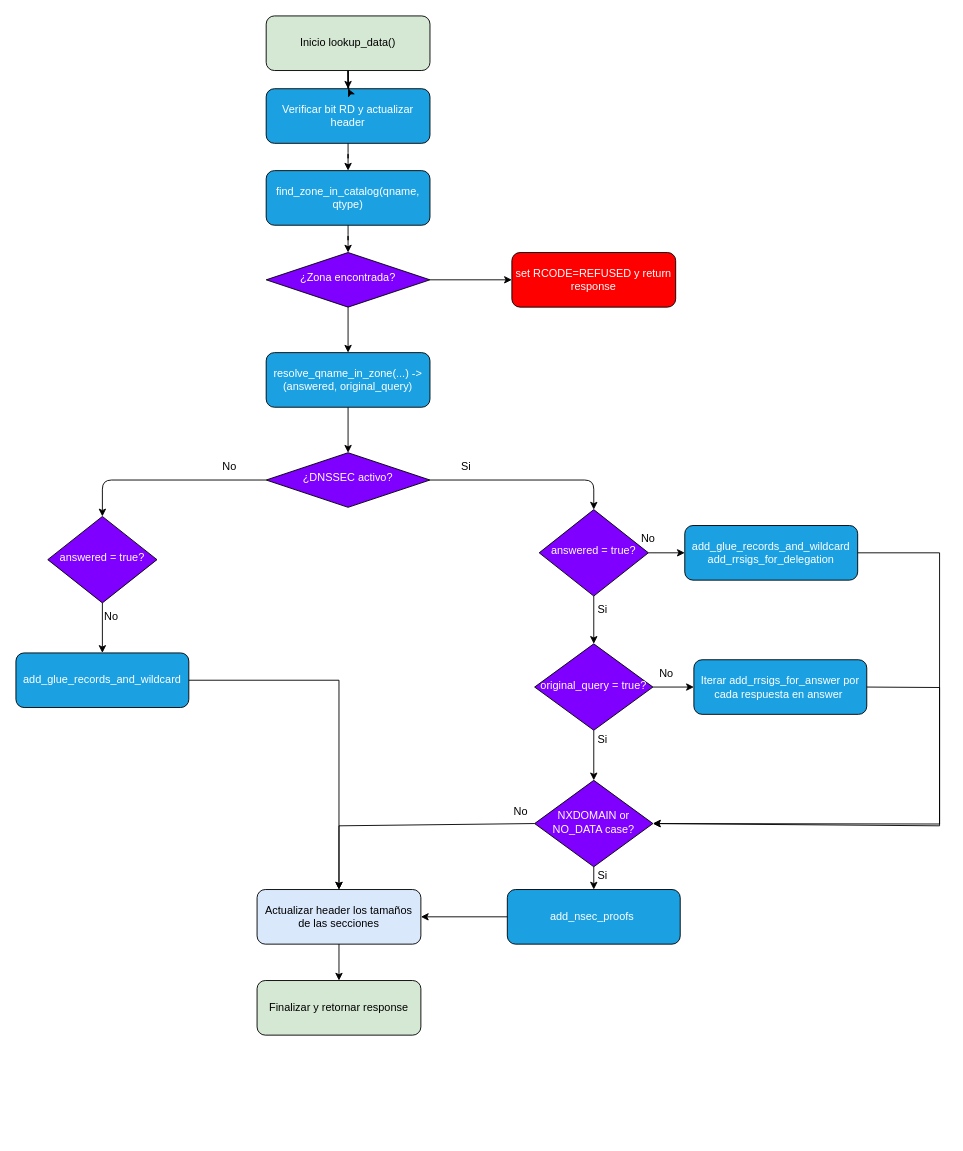
Above: drawios/lookup_data.drawio in konegoro/informe_memoria (draw.io), before the change. Source tidied: cells renumbered, new cells numbered last; positions are measured from the earlier drawing's top-left corner, leaving out a move shared by most shapes. Both pictures are drawn from the tidied source at 91%, with x=0, y=0 at pixel (15, 15).
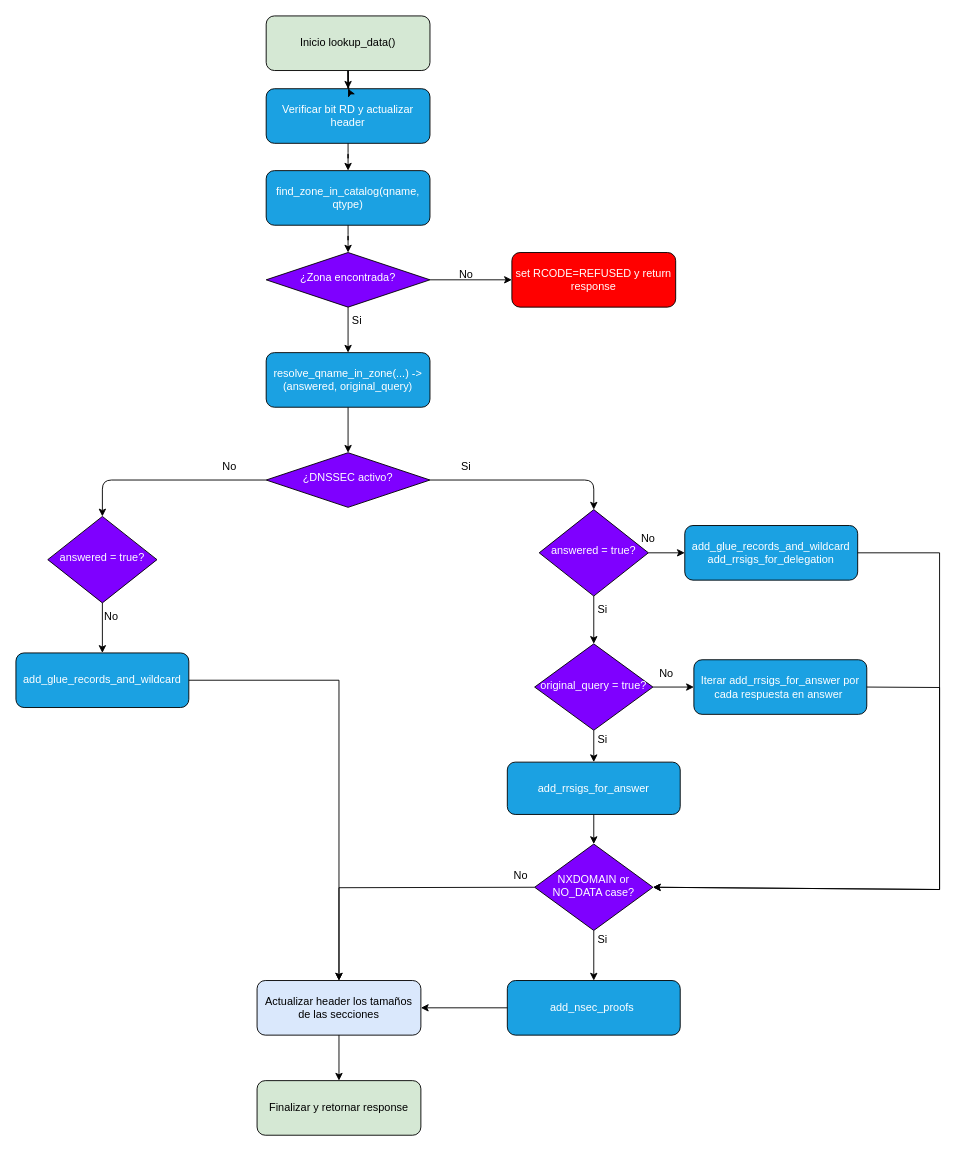
Above is the later version.

The change refers to these unchanged cells:
```xml
<mxCell id="24" value="add_glue_records_and_wildcard&lt;div&gt;add_rrsigs_for_delegation&lt;/div&gt;" style="rounded=1;whiteSpace=wrap;html=1;fontSize=12;glass=0;strokeWidth=1;shadow=0;fillColor=#1ba1e2;fontColor=#ffffff;strokeColor=#000000;" parent="1" vertex="1">
  <mxGeometry x="735" y="560" width="190" height="60" as="geometry" />
</mxCell>
<mxCell id="30" value="original_query = true?" style="rhombus;whiteSpace=wrap;html=1;shadow=0;fontFamily=Helvetica;fontSize=12;align=center;strokeWidth=1;spacing=6;spacingTop=-4;fillColor=#7F00FF;fontColor=#ffffff;strokeColor=#000000;" parent="1" vertex="1">
  <mxGeometry x="570" y="690" width="130" height="95" as="geometry" />
</mxCell>
<mxCell id="33" value="Iterar&amp;nbsp;add_rrsigs_for_answer por cada respuesta en answer&amp;nbsp;" style="rounded=1;whiteSpace=wrap;html=1;fontSize=12;glass=0;strokeWidth=1;shadow=0;fillColor=#1ba1e2;fontColor=#ffffff;strokeColor=#000000;" parent="1" vertex="1">
  <mxGeometry x="745" y="707.5" width="190" height="60" as="geometry" />
</mxCell>
```

What changed in the source:
```diff
@@
     <mxCell id="10" value="Actualizar header los tamaños de las secciones" style="rounded=1;whiteSpace=wrap;html=1;fillColor=#dae8fc;" parent="1" vertex="1">
-      <mxGeometry x="265" y="960" width="180" height="60" as="geometry" />
+      <mxGeometry x="265" y="1060" width="180" height="60" as="geometry" />
     </mxCell>
     <mxCell id="11" value="Finalizar y retornar response" style="rounded=1;whiteSpace=wrap;html=1;fillColor=#d5e8d4;" parent="1" vertex="1">
-      <mxGeometry x="265" y="1060" width="180" height="60" as="geometry" />
+      <mxGeometry x="265" y="1170" width="180" height="60" as="geometry" />
     </mxCell>
@@
-    <mxCell id="34" style="endArrow=classic;html=1;rounded=0;exitX=0.5;exitY=1;exitDx=0;exitDy=0;" parent="1" edge="1" source="30">
-      <mxGeometry relative="1" as="geometry">
-        <mxPoint x="635" y="840" as="targetPoint" />
-      </mxGeometry>
+    <mxCell id="34" style="endArrow=classic;html=1;rounded=0;exitX=0.5;exitY=1;exitDx=0;exitDy=0;entryX=0.5;entryY=0;entryDx=0;entryDy=0;" parent="1" edge="1" source="30" target="51">
+      <mxGeometry relative="1" as="geometry" />
     </mxCell>
@@
     <mxCell id="36" value="add_nsec_proofs&amp;nbsp;" style="rounded=1;whiteSpace=wrap;html=1;fontSize=12;glass=0;strokeWidth=1;shadow=0;fillColor=#1ba1e2;fontColor=#ffffff;strokeColor=#000000;" parent="1" vertex="1">
-      <mxGeometry x="540" y="960" width="190" height="60" as="geometry" />
+      <mxGeometry x="540" y="1060" width="190" height="60" as="geometry" />
     </mxCell>
     <mxCell id="37" value="NXDOMAIN or NO_DATA case?" style="rhombus;whiteSpace=wrap;html=1;shadow=0;fontFamily=Helvetica;fontSize=12;align=center;strokeWidth=1;spacing=6;spacingTop=-4;fillColor=#7F00FF;fontColor=#ffffff;strokeColor=#000000;" parent="1" vertex="1">
-      <mxGeometry x="570" y="840" width="130" height="95" as="geometry" />
+      <mxGeometry x="570" y="910" width="130" height="95" as="geometry" />
     </mxCell>
-    <mxCell id="38" style="endArrow=classic;html=1;rounded=0;exitX=0.5;exitY=1;exitDx=0;exitDy=0;entryX=0.5;entryY=0;entryDx=0;entryDy=0;" parent="1" edge="1" source="37" target="36">
+    <mxCell id="38" style="endArrow=classic;html=1;rounded=0;exitX=0.5;exitY=1;exitDx=0;exitDy=0;" parent="1" edge="1" source="37" target="36">
       <mxGeometry relative="1" as="geometry" />
     </mxCell>
@@
     <mxCell id="44" style="endArrow=classic;html=1;rounded=0;exitX=1;exitY=0.5;exitDx=0;exitDy=0;entryX=1;entryY=0.5;entryDx=0;entryDy=0;" parent="1" edge="1" source="24" target="37">
       <mxGeometry relative="1" as="geometry">
         <Array as="points">
           <mxPoint x="1015" y="590" />
-          <mxPoint x="1015" y="890" />
+          <mxPoint x="1015" y="960" />
         </Array>
       </mxGeometry>
     </mxCell>
     <mxCell id="45" style="endArrow=classic;html=1;rounded=0;exitX=0;exitY=0.5;exitDx=0;exitDy=0;entryX=0.5;entryY=0;entryDx=0;entryDy=0;" parent="1" edge="1" source="37" target="10">
       <mxGeometry relative="1" as="geometry">
         <Array as="points">
-          <mxPoint x="355" y="890" />
+          <mxPoint x="355" y="958" />
         </Array>
       </mxGeometry>
     </mxCell>
     <mxCell id="46" value="Si" style="text;html=1;whiteSpace=wrap;strokeColor=none;fillColor=none;align=center;verticalAlign=middle;rounded=0;" parent="1" vertex="1">
-      <mxGeometry x="615" y="930" width="60" height="30" as="geometry" />
+      <mxGeometry x="615" y="1000" width="60" height="30" as="geometry" />
     </mxCell>
     <mxCell id="47" value="No" style="text;html=1;whiteSpace=wrap;strokeColor=none;fillColor=none;align=center;verticalAlign=middle;rounded=0;" parent="1" vertex="1">
-      <mxGeometry x="525" y="860" width="60" height="30" as="geometry" />
+      <mxGeometry x="525" y="930" width="60" height="30" as="geometry" />
     </mxCell>
     <mxCell id="48" style="endArrow=classic;html=1;rounded=0;exitX=1;exitY=0.5;exitDx=0;exitDy=0;entryX=1;entryY=0.5;entryDx=0;entryDy=0;" parent="1" edge="1" source="33" target="37">
       <mxGeometry relative="1" as="geometry">
         <Array as="points">
           <mxPoint x="1015" y="738" />
-          <mxPoint x="1015" y="888" />
+          <mxPoint x="1015" y="960" />
         </Array>
       </mxGeometry>
     </mxCell>
+    <mxCell id="49" value="No" style="text;html=1;whiteSpace=wrap;strokeColor=none;fillColor=none;align=center;verticalAlign=middle;rounded=0;" parent="1" vertex="1">
+      <mxGeometry x="465" y="270" width="60" height="30" as="geometry" />
+    </mxCell>
+    <mxCell id="50" value="Si" style="text;html=1;whiteSpace=wrap;strokeColor=none;fillColor=none;align=center;verticalAlign=middle;rounded=0;" parent="1" vertex="1">
+      <mxGeometry x="345" y="320" width="60" height="30" as="geometry" />
+    </mxCell>
+    <mxCell id="51" value="add_rrsigs_for_answer" style="rounded=1;whiteSpace=wrap;html=1;fontSize=12;glass=0;strokeWidth=1;shadow=0;fillColor=#1ba1e2;fontColor=#ffffff;strokeColor=#000000;" parent="1" vertex="1">
+      <mxGeometry x="540" y="820" width="190" height="57.5" as="geometry" />
+    </mxCell>
+    <mxCell id="52" style="endArrow=classic;html=1;rounded=0;exitX=0.5;exitY=1;exitDx=0;exitDy=0;entryX=0.5;entryY=0;entryDx=0;entryDy=0;" parent="1" edge="1" source="51" target="37">
+      <mxGeometry relative="1" as="geometry" />
+    </mxCell>
```
